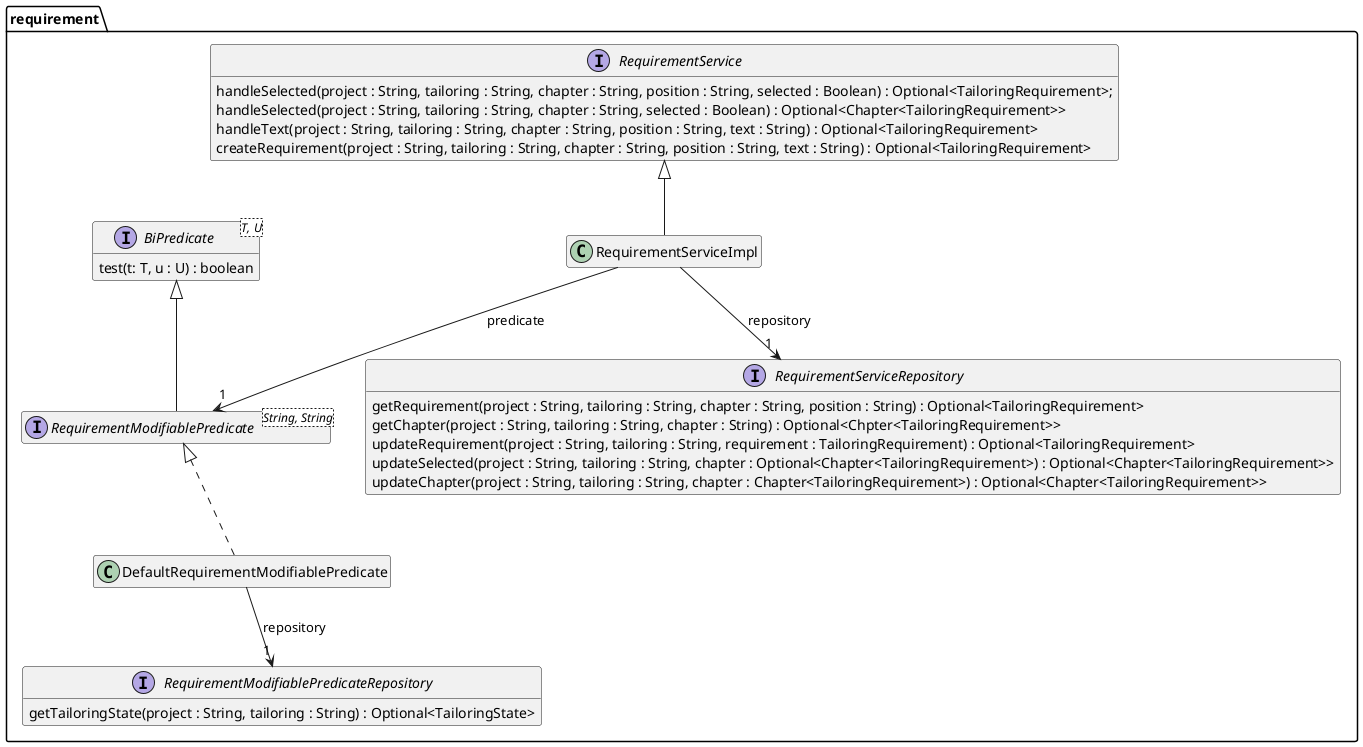
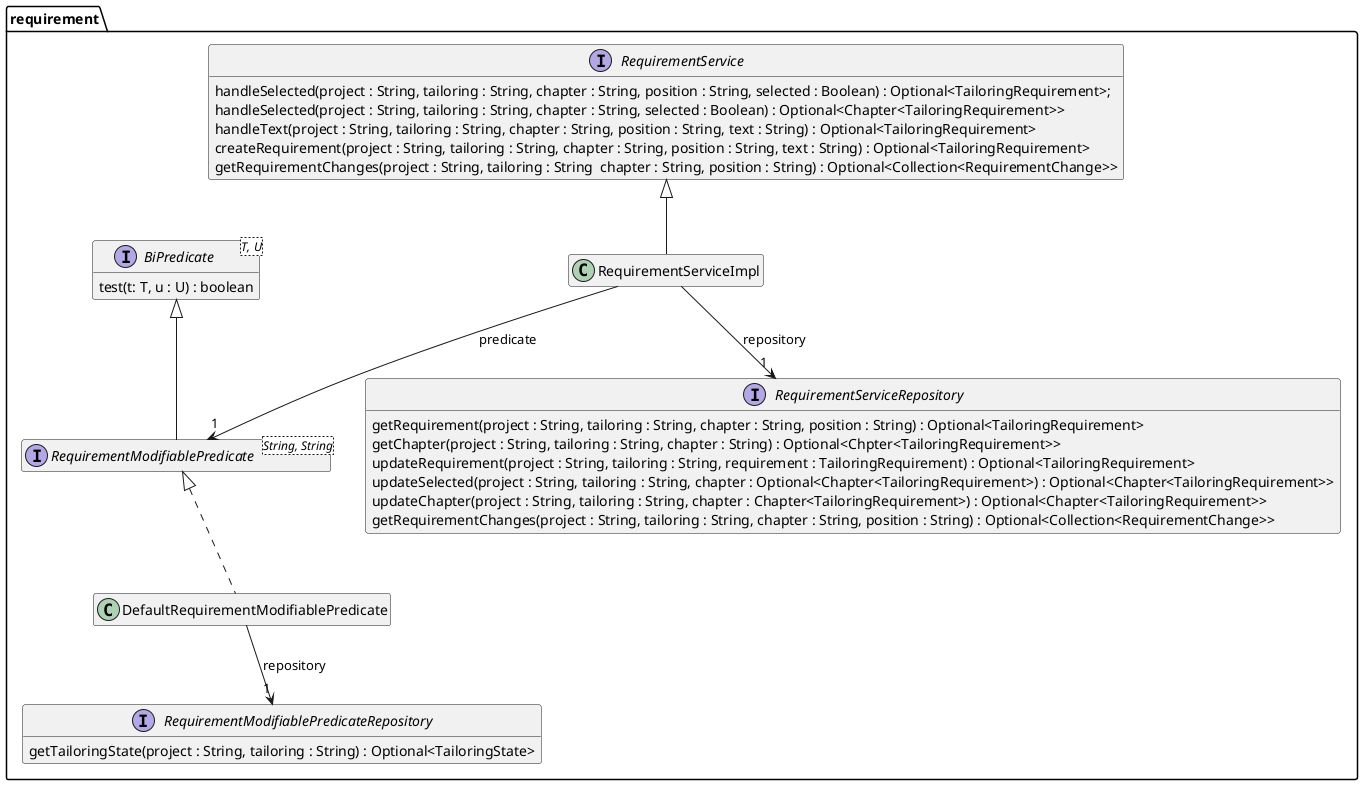
@startuml Ebene3.png
hide empty members

package requirement {

    interface RequirementService {
        handleSelected(project : String, tailoring : String, chapter : String, position : String, selected : Boolean) : Optional<TailoringRequirement>;
        handleSelected(project : String, tailoring : String, chapter : String, selected : Boolean) : Optional<Chapter<TailoringRequirement>>
        handleText(project : String, tailoring : String, chapter : String, position : String, text : String) : Optional<TailoringRequirement>
        createRequirement(project : String, tailoring : String, chapter : String, position : String, text : String) : Optional<TailoringRequirement>
+         getRequirementChanges(project : String, tailoring : String  chapter : String, position : String) : Optional<Collection<RequirementChange>>
    }

    interface RequirementServiceRepository {
        getRequirement(project : String, tailoring : String, chapter : String, position : String) : Optional<TailoringRequirement>
        getChapter(project : String, tailoring : String, chapter : String) : Optional<Chpter<TailoringRequirement>>
        updateRequirement(project : String, tailoring : String, requirement : TailoringRequirement) : Optional<TailoringRequirement>
        updateSelected(project : String, tailoring : String, chapter : Optional<Chapter<TailoringRequirement>) : Optional<Chapter<TailoringRequirement>>
        updateChapter(project : String, tailoring : String, chapter : Chapter<TailoringRequirement>) : Optional<Chapter<TailoringRequirement>>
+         getRequirementChanges(project : String, tailoring : String, chapter : String, position : String) : Optional<Collection<RequirementChange>>
    }

    interface RequirementModifiablePredicateRepository {
        getTailoringState(project : String, tailoring : String) : Optional<TailoringState>
    }

    interface "BiPredicate<T, U>" as BiPredicate {
         test(t: T, u : U) : boolean
    }
    interface "RequirementModifiablePredicate<String, String>"  as RequirementModifiablePredicate{
    }
    BiPredicate <|-- RequirementModifiablePredicate
    class DefaultRequirementModifiablePredicate {
    }
    RequirementModifiablePredicate <|.. DefaultRequirementModifiablePredicate
    DefaultRequirementModifiablePredicate --> "1" RequirementModifiablePredicateRepository : repository


    class RequirementServiceImpl {
    }
    RequirementService <|-- RequirementServiceImpl
    RequirementServiceImpl --> "1" RequirementServiceRepository : repository
    RequirementServiceImpl --> "1" RequirementModifiablePredicate : predicate

}
- @enduml+ @enduml
